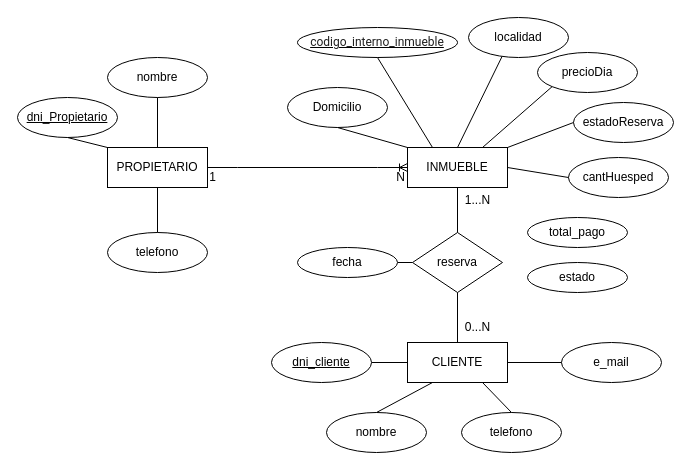
Before: page "Alquiler-E-R" (1 of 2) of Diagrama sin título.drawio in carbai3/ABD_EJERCICIO1, a draw.io diagram. Source tidied: cells renumbered, new cells numbered last; positions are measured from the earlier drawing's top-left corner, leaving out a move shared by most shapes. Both pictures are drawn from the tidied source at 100%, with x=0, y=0 at pixel (17, 17).
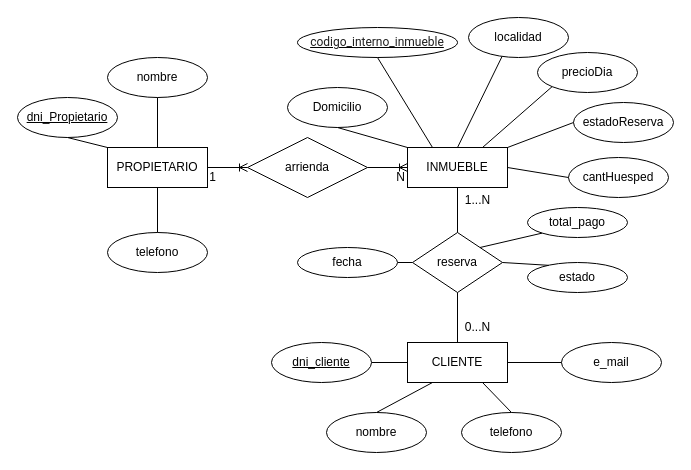
The same page after the edit.

Unchanged cells that the change refers to:
```xml
<mxCell id="2" value="PROPIETARIO" style="whiteSpace=wrap;html=1;align=center;" parent="1" vertex="1">
  <mxGeometry x="90" y="130" width="100" height="40" as="geometry" />
</mxCell>
<mxCell id="3" value="INMUEBLE" style="whiteSpace=wrap;html=1;align=center;" parent="1" vertex="1">
  <mxGeometry x="390" y="130" width="100" height="40" as="geometry" />
</mxCell>
<mxCell id="17" value="reserva" style="shape=rhombus;perimeter=rhombusPerimeter;whiteSpace=wrap;html=1;align=center;" parent="1" vertex="1">
  <mxGeometry x="395" y="215" width="90" height="60" as="geometry" />
</mxCell>
<mxCell id="43" value="estado" style="ellipse;whiteSpace=wrap;html=1;align=center;" parent="1" vertex="1">
  <mxGeometry x="510" y="245" width="100" height="30" as="geometry" />
</mxCell>
```

Change to the diagram source:
```diff
@@
-    <mxCell id="29" style="edgeStyle=entityRelationEdgeStyle;fontSize=12;html=1;endArrow=ERoneToMany;rounded=0;exitX=1;exitY=0.5;exitDx=0;exitDy=0;entryX=0;entryY=0.5;entryDx=0;entryDy=0;" parent="1" edge="1" source="2" target="3">
+    <mxCell id="29" style="edgeStyle=entityRelationEdgeStyle;fontSize=12;html=1;endArrow=ERoneToMany;rounded=0;exitX=1;exitY=0.5;exitDx=0;exitDy=0;entryX=0;entryY=0.5;entryDx=0;entryDy=0;" parent="1" edge="1" source="45" target="3">
       <mxGeometry relative="1" as="geometry" />
     </mxCell>
@@
     <mxCell id="37" style="group;" parent="1" vertex="1">
-      <mxGeometry x="180" y="145" width="206" height="30" as="geometry" />
+      <mxGeometry x="180" y="145" width="273" height="41" as="geometry" />
     </mxCell>
@@
+    <mxCell id="45" value="arrienda" style="shape=rhombus;perimeter=rhombusPerimeter;whiteSpace=wrap;html=1;align=center;" parent="37" vertex="1">
+      <mxGeometry x="50" y="-25" width="120" height="60" as="geometry" />
+    </mxCell>
@@
     <mxCell id="44" value="total_pago" style="ellipse;whiteSpace=wrap;html=1;align=center;" parent="1" vertex="1">
-      <mxGeometry x="510" y="200" width="100" height="30" as="geometry" />
+      <mxGeometry x="510" y="190" width="100" height="30" as="geometry" />
     </mxCell>
+    <mxCell id="46" style="endArrow=none;html=1;rounded=0;entryX=0;entryY=1;entryDx=0;entryDy=0;exitX=1;exitY=0;exitDx=0;exitDy=0;" parent="1" edge="1" source="17" target="44">
+      <mxGeometry relative="1" as="geometry" />
+    </mxCell>
+    <mxCell id="47" style="endArrow=none;html=1;rounded=0;entryX=0.212;entryY=0.094;entryDx=0;entryDy=0;exitX=1;exitY=0.5;exitDx=0;exitDy=0;entryPerimeter=0;" parent="1" edge="1" source="17" target="43">
+      <mxGeometry relative="1" as="geometry" />
+    </mxCell>
+    <mxCell id="48" style="edgeStyle=entityRelationEdgeStyle;fontSize=12;html=1;endArrow=ERoneToMany;rounded=0;exitX=1;exitY=0.5;exitDx=0;exitDy=0;entryX=0;entryY=0.5;entryDx=0;entryDy=0;" parent="1" edge="1" source="2" target="45">
+      <mxGeometry relative="1" as="geometry" />
+    </mxCell>
```
